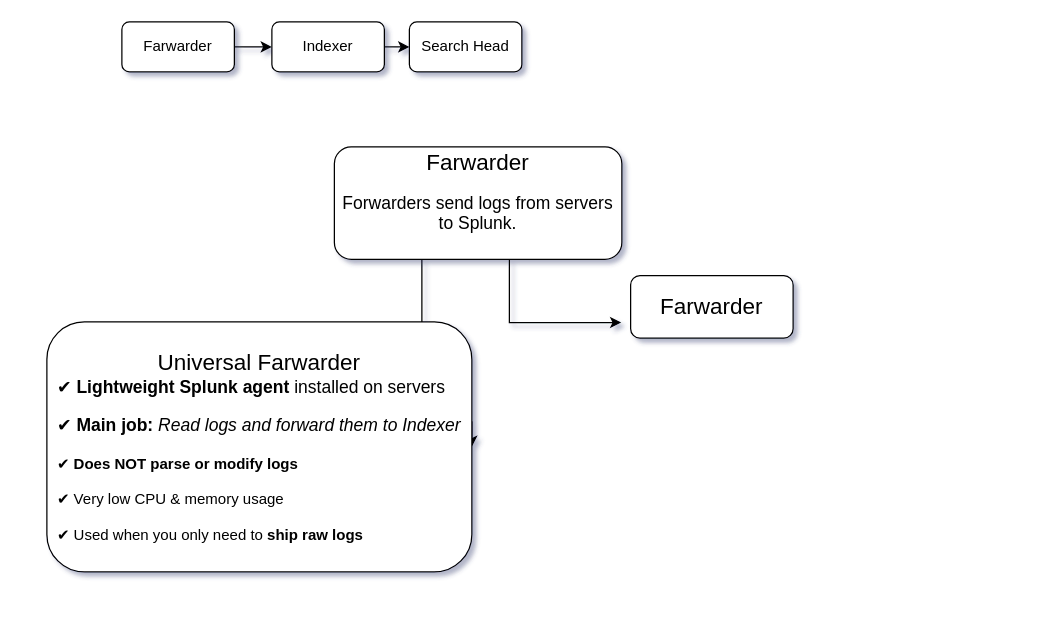
This is Splunk.drawio from abhishekmaurya149/Splunk_draw.io, a draw.io file, before an edit. Source tidied: cells renumbered, new cells numbered last; positions are measured from the earlier drawing's top-left corner, leaving out a move shared by most shapes. Both pictures are drawn from the tidied source at 125%, with x=0, y=0 at pixel (46, 21).
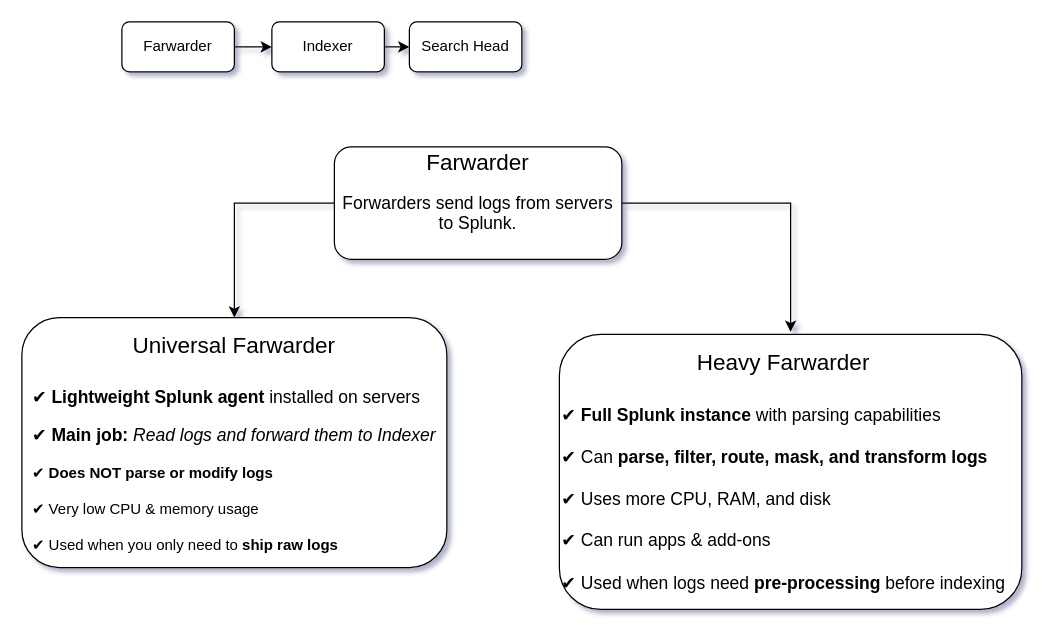
After the change.

What changed in the source:
```diff
@@
 <mxGraphModel shadow="1">
   <root>
     <mxCell id="0" />
     <mxCell id="1" parent="0" />
     <mxCell id="2" style="edgeStyle=orthogonalEdgeStyle;rounded=0;jettySize=auto;html=1;exitX=1;exitY=0.5;exitDx=0;exitDy=0;entryX=0;entryY=0.5;entryDx=0;entryDy=0;" parent="1" edge="1" source="3" target="5">
       <mxGeometry relative="1" as="geometry" />
     </mxCell>
     <mxCell id="3" value="Farwarder" style="rounded=1;whiteSpace=wrap;html=1;" parent="1" vertex="1">
       <mxGeometry x="60" width="90" height="40" as="geometry" />
     </mxCell>
     <mxCell id="4" style="edgeStyle=orthogonalEdgeStyle;rounded=0;jettySize=auto;html=1;exitX=1;exitY=0.5;exitDx=0;exitDy=0;entryX=0;entryY=0.5;entryDx=0;entryDy=0;" parent="1" edge="1" source="5" target="6">
       <mxGeometry relative="1" as="geometry" />
     </mxCell>
     <mxCell id="5" value="Indexer" style="rounded=1;whiteSpace=wrap;html=1;" parent="1" vertex="1">
       <mxGeometry x="180" width="90" height="40" as="geometry" />
     </mxCell>
     <mxCell id="6" value="Search Head" style="rounded=1;whiteSpace=wrap;html=1;" parent="1" vertex="1">
       <mxGeometry x="290" width="90" height="40" as="geometry" />
     </mxCell>
-    <mxCell id="7" style="edgeStyle=orthogonalEdgeStyle;rounded=0;jettySize=auto;html=1;entryX=1;entryY=0.5;entryDx=0;entryDy=0;" parent="1" edge="1" source="9" target="10">
-      <mxGeometry relative="1" as="geometry">
-        <Array as="points">
-          <mxPoint x="300" y="320" />
-        </Array>
-      </mxGeometry>
+    <mxCell id="7" style="edgeStyle=orthogonalEdgeStyle;rounded=0;jettySize=auto;html=1;exitX=0;exitY=0.5;exitDx=0;exitDy=0;entryX=0.5;entryY=0;entryDx=0;entryDy=0;" parent="1" edge="1" source="9" target="10">
+      <mxGeometry relative="1" as="geometry" />
     </mxCell>
-    <mxCell id="8" style="edgeStyle=orthogonalEdgeStyle;rounded=0;orthogonalLoop=1;jettySize=auto;html=1;exitX=0.75;exitY=1;exitDx=0;exitDy=0;entryX=0;entryY=0.75;entryDx=0;entryDy=0;" parent="1" edge="1">
-      <mxGeometry relative="1" as="geometry">
-        <mxPoint x="370" y="150" as="sourcePoint" />
-        <mxPoint x="459.5" y="240.5" as="targetPoint" />
-        <Array as="points">
-          <mxPoint x="370.5" y="240" />
-        </Array>
-      </mxGeometry>
-    </mxCell>
+    <mxCell id="12" style="edgeStyle=orthogonalEdgeStyle;rounded=0;jettySize=auto;html=1;exitX=1;exitY=0.5;exitDx=0;exitDy=0;entryX=0.5;entryY=0;entryDx=0;entryDy=0;" parent="1" edge="1" source="9" target="11">
+      <mxGeometry relative="1" as="geometry" />
+    </mxCell>
     <mxCell id="9" value="&lt;font style=&quot;font-size: 18px;&quot;&gt;Farwarder&lt;/font&gt;&lt;div&gt;&lt;font style=&quot;&quot;&gt;&lt;p style=&quot;&quot;&gt;&lt;font style=&quot;font-size: 14px;&quot;&gt;Forwarders send logs from servers to Splunk.&lt;/font&gt;&lt;/p&gt;&lt;h3 style=&quot;font-size: 18px;&quot;&gt;&lt;/h3&gt;&lt;/font&gt;&lt;/div&gt;" style="rounded=1;whiteSpace=wrap;html=1;" parent="1" vertex="1">
       <mxGeometry x="230" y="100" width="230" height="90" as="geometry" />
     </mxCell>
-    <mxCell id="10" value="&lt;font style=&quot;font-size: 18px;&quot;&gt;Universal Farwarder&lt;/font&gt;&lt;div&gt;&lt;div style=&quot;text-align: left;&quot;&gt;&lt;font style=&quot;font-size: 14px;&quot;&gt;&lt;span style=&quot;background-color: transparent; color: light-dark(rgb(0, 0, 0), rgb(255, 255, 255));&quot;&gt;✔ &lt;/span&gt;&lt;strong style=&quot;background-color: transparent; color: light-dark(rgb(0, 0, 0), rgb(255, 255, 255));&quot;&gt;Lightweight Splunk agent&lt;/strong&gt;&lt;span style=&quot;background-color: transparent; color: light-dark(rgb(0, 0, 0), rgb(255, 255, 255));&quot;&gt; installed on servers&lt;/span&gt;&lt;/font&gt;&lt;/div&gt;&lt;font style=&quot;&quot;&gt;&lt;div style=&quot;font-size: 12px; text-align: left;&quot;&gt;&lt;br&gt;&lt;/div&gt;&lt;div style=&quot;text-align: left;&quot;&gt;&lt;font style=&quot;font-size: 14px;&quot;&gt;&lt;span style=&quot;background-color: transparent; color: light-dark(rgb(0, 0, 0), rgb(255, 255, 255));&quot;&gt;✔ &lt;/span&gt;&lt;strong style=&quot;background-color: transparent; color: light-dark(rgb(0, 0, 0), rgb(255, 255, 255));&quot;&gt;Main job:&lt;/strong&gt;&lt;span style=&quot;background-color: transparent; color: light-dark(rgb(0, 0, 0), rgb(255, 255, 255));&quot;&gt; &lt;/span&gt;&lt;em style=&quot;background-color: transparent; color: light-dark(rgb(0, 0, 0), rgb(255, 255, 255));&quot;&gt;Read logs and forward them to Indexer&lt;/em&gt;&lt;/font&gt;&lt;/div&gt;&lt;div style=&quot;font-size: 12px; text-align: left;&quot;&gt;&lt;br&gt;&lt;/div&gt;&lt;div style=&quot;font-size: 12px; text-align: left;&quot;&gt;&lt;span style=&quot;background-color: transparent; color: light-dark(rgb(0, 0, 0), rgb(255, 255, 255));&quot;&gt;✔ &lt;/span&gt;&lt;strong style=&quot;background-color: transparent; color: light-dark(rgb(0, 0, 0), rgb(255, 255, 255));&quot;&gt;Does NOT parse or modify logs&lt;/strong&gt;&lt;/div&gt;&lt;div style=&quot;font-size: 12px; text-align: left;&quot;&gt;&lt;br&gt;&lt;/div&gt;&lt;div style=&quot;font-size: 12px; text-align: left;&quot;&gt;&lt;span style=&quot;background-color: transparent; color: light-dark(rgb(0, 0, 0), rgb(255, 255, 255));&quot;&gt;✔ Very low CPU &amp;amp; memory usage&lt;/span&gt;&lt;/div&gt;&lt;div style=&quot;font-size: 12px; text-align: left;&quot;&gt;&lt;br&gt;&lt;/div&gt;&lt;div style=&quot;font-size: 12px; text-align: left;&quot;&gt;&lt;span style=&quot;background-color: transparent; color: light-dark(rgb(0, 0, 0), rgb(255, 255, 255));&quot;&gt;✔ Used when you only need to &lt;/span&gt;&lt;strong style=&quot;background-color: transparent; color: light-dark(rgb(0, 0, 0), rgb(255, 255, 255));&quot;&gt;ship raw logs&lt;/strong&gt;&lt;/div&gt;&lt;/font&gt;&lt;/div&gt;" style="rounded=1;whiteSpace=wrap;html=1;" parent="1" vertex="1">
-      <mxGeometry y="240" width="340" height="200" as="geometry" />
+    <mxCell id="10" value="&lt;font style=&quot;font-size: 18px;&quot;&gt;Universal Farwarder&lt;/font&gt;&lt;div&gt;&lt;span style=&quot;font-size: 18px;&quot;&gt;&lt;br&gt;&lt;/span&gt;&lt;div&gt;&lt;div style=&quot;text-align: left;&quot;&gt;&lt;font style=&quot;font-size: 14px;&quot;&gt;&lt;span style=&quot;background-color: transparent; color: light-dark(rgb(0, 0, 0), rgb(255, 255, 255));&quot;&gt;✔ &lt;/span&gt;&lt;strong style=&quot;background-color: transparent; color: light-dark(rgb(0, 0, 0), rgb(255, 255, 255));&quot;&gt;Lightweight Splunk agent&lt;/strong&gt;&lt;span style=&quot;background-color: transparent; color: light-dark(rgb(0, 0, 0), rgb(255, 255, 255));&quot;&gt; installed on servers&lt;/span&gt;&lt;/font&gt;&lt;/div&gt;&lt;font style=&quot;&quot;&gt;&lt;div style=&quot;font-size: 12px; text-align: left;&quot;&gt;&lt;br&gt;&lt;/div&gt;&lt;div style=&quot;text-align: left;&quot;&gt;&lt;font style=&quot;font-size: 14px;&quot;&gt;&lt;span style=&quot;background-color: transparent; color: light-dark(rgb(0, 0, 0), rgb(255, 255, 255));&quot;&gt;✔ &lt;/span&gt;&lt;strong style=&quot;background-color: transparent; color: light-dark(rgb(0, 0, 0), rgb(255, 255, 255));&quot;&gt;Main job:&lt;/strong&gt;&lt;span style=&quot;background-color: transparent; color: light-dark(rgb(0, 0, 0), rgb(255, 255, 255));&quot;&gt; &lt;/span&gt;&lt;em style=&quot;background-color: transparent; color: light-dark(rgb(0, 0, 0), rgb(255, 255, 255));&quot;&gt;Read logs and forward them to Indexer&lt;/em&gt;&lt;/font&gt;&lt;/div&gt;&lt;div style=&quot;font-size: 12px; text-align: left;&quot;&gt;&lt;br&gt;&lt;/div&gt;&lt;div style=&quot;font-size: 12px; text-align: left;&quot;&gt;&lt;span style=&quot;background-color: transparent; color: light-dark(rgb(0, 0, 0), rgb(255, 255, 255));&quot;&gt;✔ &lt;/span&gt;&lt;strong style=&quot;background-color: transparent; color: light-dark(rgb(0, 0, 0), rgb(255, 255, 255));&quot;&gt;Does NOT parse or modify logs&lt;/strong&gt;&lt;/div&gt;&lt;div style=&quot;font-size: 12px; text-align: left;&quot;&gt;&lt;br&gt;&lt;/div&gt;&lt;div style=&quot;font-size: 12px; text-align: left;&quot;&gt;&lt;span style=&quot;background-color: transparent; color: light-dark(rgb(0, 0, 0), rgb(255, 255, 255));&quot;&gt;✔ Very low CPU &amp;amp; memory usage&lt;/span&gt;&lt;/div&gt;&lt;div style=&quot;font-size: 12px; text-align: left;&quot;&gt;&lt;br&gt;&lt;/div&gt;&lt;div style=&quot;font-size: 12px; text-align: left;&quot;&gt;&lt;span style=&quot;background-color: transparent; color: light-dark(rgb(0, 0, 0), rgb(255, 255, 255));&quot;&gt;✔ Used when you only need to &lt;/span&gt;&lt;strong style=&quot;background-color: transparent; color: light-dark(rgb(0, 0, 0), rgb(255, 255, 255));&quot;&gt;ship raw logs&lt;/strong&gt;&lt;/div&gt;&lt;/font&gt;&lt;/div&gt;&lt;/div&gt;" style="rounded=1;whiteSpace=wrap;html=1;" parent="1" vertex="1">
+      <mxGeometry x="-20" y="236.5" width="340" height="200" as="geometry" />
     </mxCell>
-    <mxCell id="11" value="&lt;font style=&quot;font-size: 18px;&quot;&gt;Farwarder&lt;/font&gt;" style="rounded=1;whiteSpace=wrap;html=1;" parent="1" vertex="1">
-      <mxGeometry x="467" y="203" width="130" height="50" as="geometry" />
+    <mxCell id="11" value="&lt;div style=&quot;text-align: center;&quot;&gt;&lt;span style=&quot;font-size: 18px; background-color: transparent; color: light-dark(rgb(0, 0, 0), rgb(255, 255, 255));&quot;&gt;Heavy Farwarder&lt;/span&gt;&lt;/div&gt;&lt;div style=&quot;text-align: center;&quot;&gt;&lt;span style=&quot;font-size: 18px; background-color: transparent; color: light-dark(rgb(0, 0, 0), rgb(255, 255, 255));&quot;&gt;&lt;br&gt;&lt;/span&gt;&lt;/div&gt;&lt;div&gt;&lt;font style=&quot;font-size: 14px;&quot;&gt;✔ &lt;strong style=&quot;&quot;&gt;Full Splunk instance&lt;/strong&gt; with parsing capabilities&lt;br&gt;&lt;br&gt;✔ Can &lt;strong style=&quot;&quot;&gt;parse, filter, route, mask, and transform logs&lt;/strong&gt;&lt;br&gt;&lt;br&gt;✔ Uses more CPU, RAM, and disk&lt;br&gt;&lt;br&gt;✔ Can run apps &amp;amp; add-ons&lt;br&gt;&lt;br&gt;✔ Used when logs need &lt;strong style=&quot;&quot;&gt;pre-processing&lt;/strong&gt; before indexing&lt;/font&gt;&lt;/div&gt;" style="rounded=1;whiteSpace=wrap;html=1;align=left;perimeterSpacing=2;" parent="1" vertex="1">
+      <mxGeometry x="410" y="250" width="370" height="220" as="geometry" />
     </mxCell>
   </root>
 </mxGraphModel>
```
